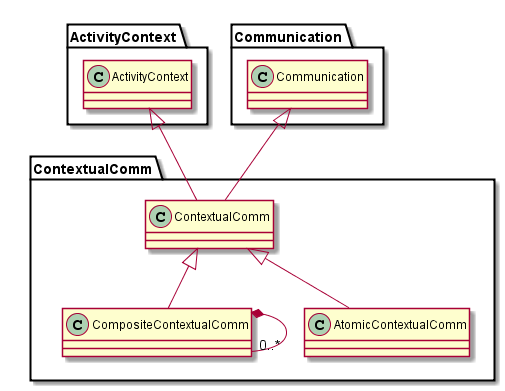
The PlantUML diagram docs/Deliverable_52/applications_doc/smart-contextual-assistance/contextual-communication-design.png in reTHINK-project/scenario-service-implementation, before a commit.
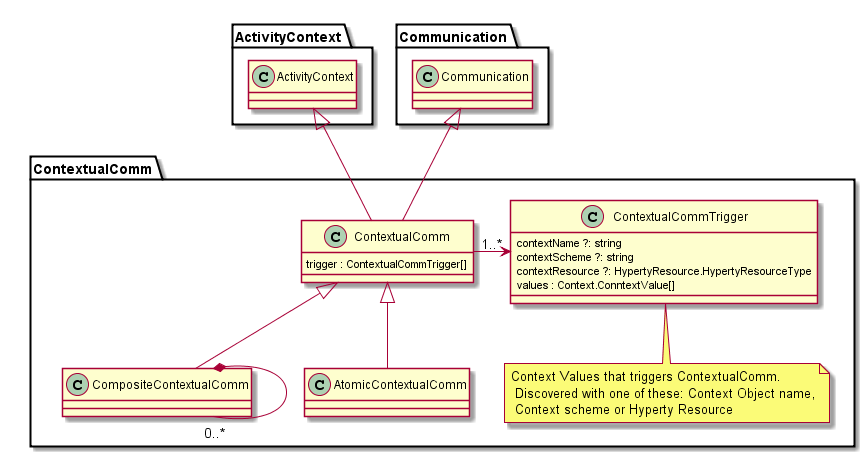
Later version of the same file.

Commit message:
contextual comm model updated

What changed in the source:
```diff
@@ -3,7 +3,17 @@
 Package ContextualComm {
 
 	class ContextualComm {
+	trigger : ContextualCommTrigger[]
 	}
+
+	class ContextualCommTrigger {
+	contextName ?: string
+	contextScheme ?: string
+	contextResource ?: HypertyResource.HypertyResourceType
+	values : Context.ConntextValue[]
+	}
+
+	note bottom : Context Values that triggers ContextualComm.\n Discovered with one of these: Context Object name,\n Context scheme or Hyperty Resource
 
 	class CompositeContextualComm {
 	}
@@ -13,6 +23,8 @@
 
 	class CompositeContextualComm {
 	}
+
+ ContextualComm -right-> "1..*" ContextualCommTrigger
 
 	CompositeContextualComm *-"0..*" CompositeContextualComm
 
```
